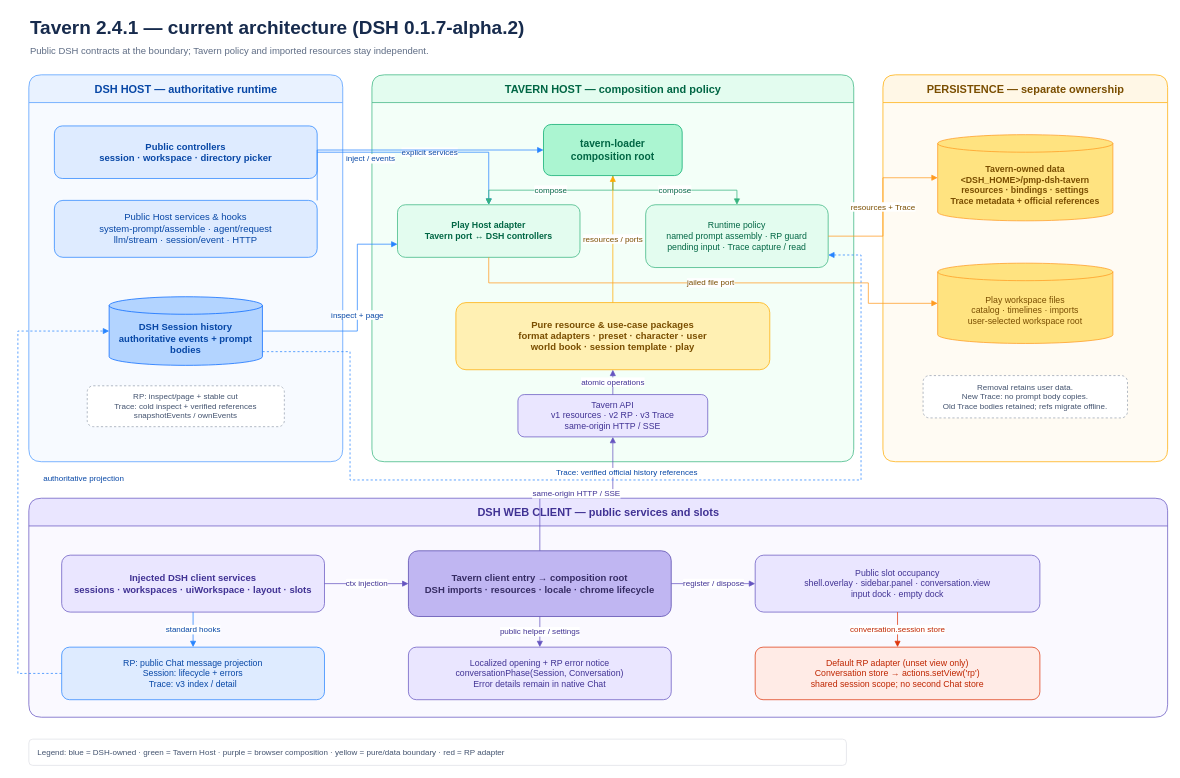
This is docs/assets/dsh-tavern-architecture.drawio from Player-MINEPIG/dsh-tavern, a draw.io file, before an edit. Source tidied: cells renumbered, new cells numbered last; positions are measured from the earlier drawing's top-left corner, leaving out a move shared by most shapes. Both pictures are drawn from the tidied source at 73%, with x=0, y=0 at pixel (18, 12).
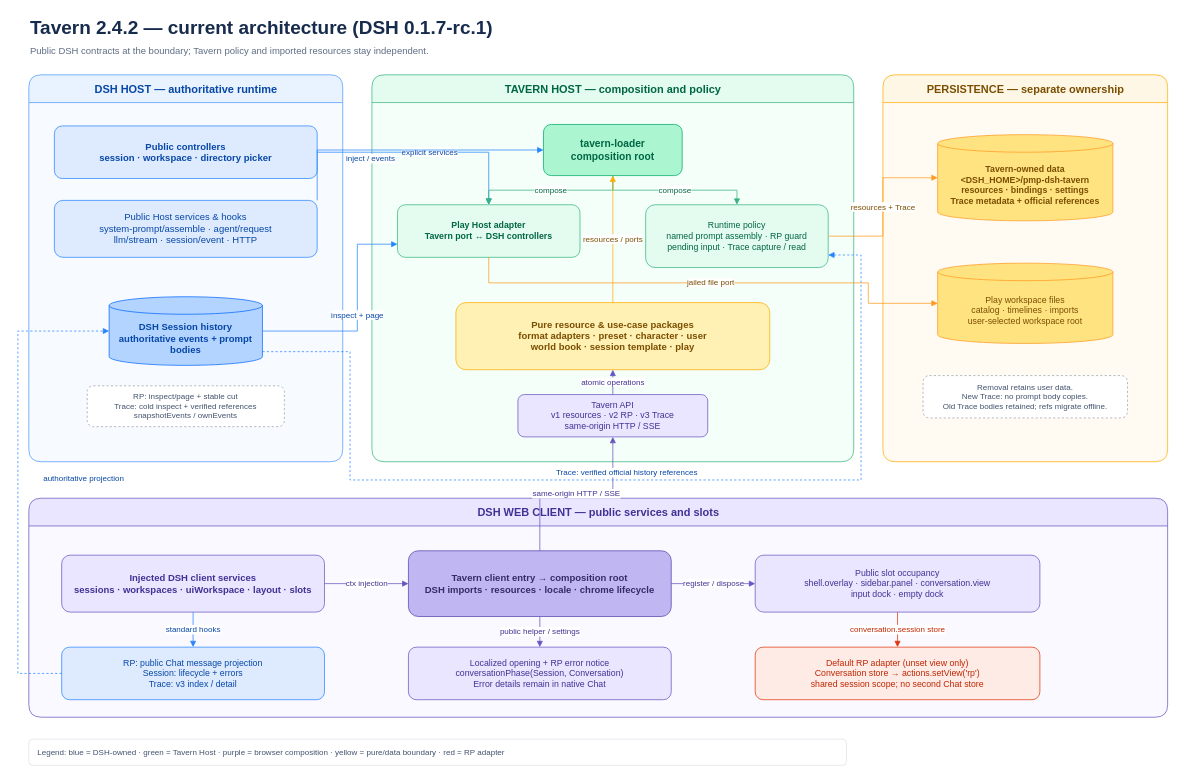
After the change.

What changed in the source:
```diff
@@
-    <mxCell id="2" value="Tavern 2.4.1 — current architecture (DSH 0.1.7-alpha.2)" style="text;html=1;strokeColor=none;fillColor=none;align=left;verticalAlign=middle;fontSize=26;fontStyle=1;fontColor=#172B4D;" parent="1" vertex="1">
+    <mxCell id="2" value="Tavern 2.4.2 — current architecture (DSH 0.1.7-rc.1)" style="text;html=1;strokeColor=none;fillColor=none;align=left;verticalAlign=middle;fontSize=26;fontStyle=1;fontColor=#172B4D;" parent="1" vertex="1">
       <mxGeometry x="15" width="1040" height="40" as="geometry" />
     </mxCell>
```
